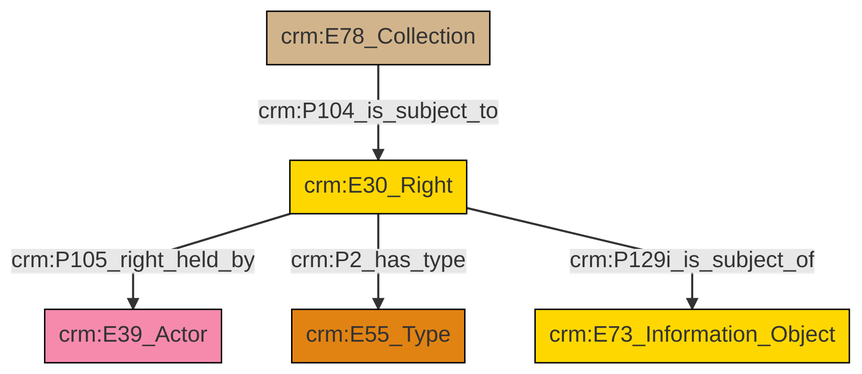
Above: et/archivalCSV/ttl/mmd/png/archival_rights.png in swiss-art-research-net/docs.swissartresearch (Mermaid), before the change. Its source is kept beside it as et/archivalCSV/ttl/mmd/archival_rights.ttl.mmd.
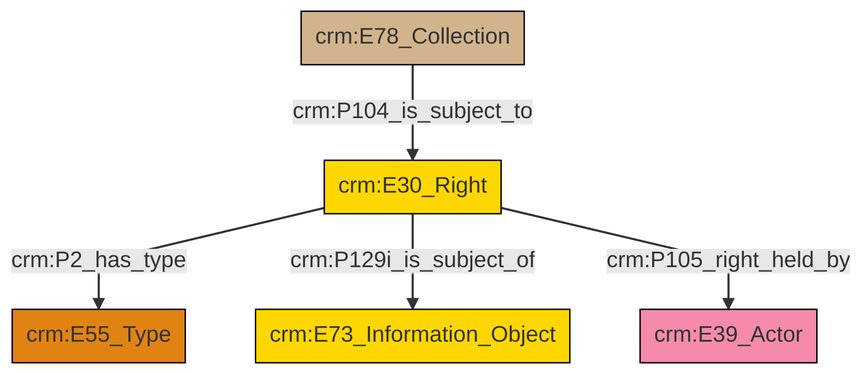
After the commit.

Change to the diagram source:
```diff
@@ -13,7 +13,7 @@
 classDef PC_Classes fill:#4ce600, stroke:#000000;
 classDef Multi fill:#cccccc,stroke:#000000;
 
-2["crm:E30_Right"]:::Conceptual_Object -->|crm:P105_right_held_by| 3["crm:E39_Actor"]:::Actor
-2["crm:E30_Right"]:::Conceptual_Object -->|crm:P2_has_type| 4["crm:E55_Type"]:::Type
-2["crm:E30_Right"]:::Conceptual_Object -->|crm:P129i_is_subject_of| 0["crm:E73_Information_Object"]:::Conceptual_Object
-7["crm:E78_Collection"]:::Physical_Thing -->|crm:P104_is_subject_to| 2["crm:E30_Right"]:::Conceptual_Object
+0["crm:E78_Collection"]:::Physical_Thing -->|crm:P104_is_subject_to| 1["crm:E30_Right"]:::Conceptual_Object
+1["crm:E30_Right"]:::Conceptual_Object -->|crm:P2_has_type| 5["crm:E55_Type"]:::Type
+1["crm:E30_Right"]:::Conceptual_Object -->|crm:P129i_is_subject_of| 8["crm:E73_Information_Object"]:::Conceptual_Object
+1["crm:E30_Right"]:::Conceptual_Object -->|crm:P105_right_held_by| 3["crm:E39_Actor"]:::Actor
```
